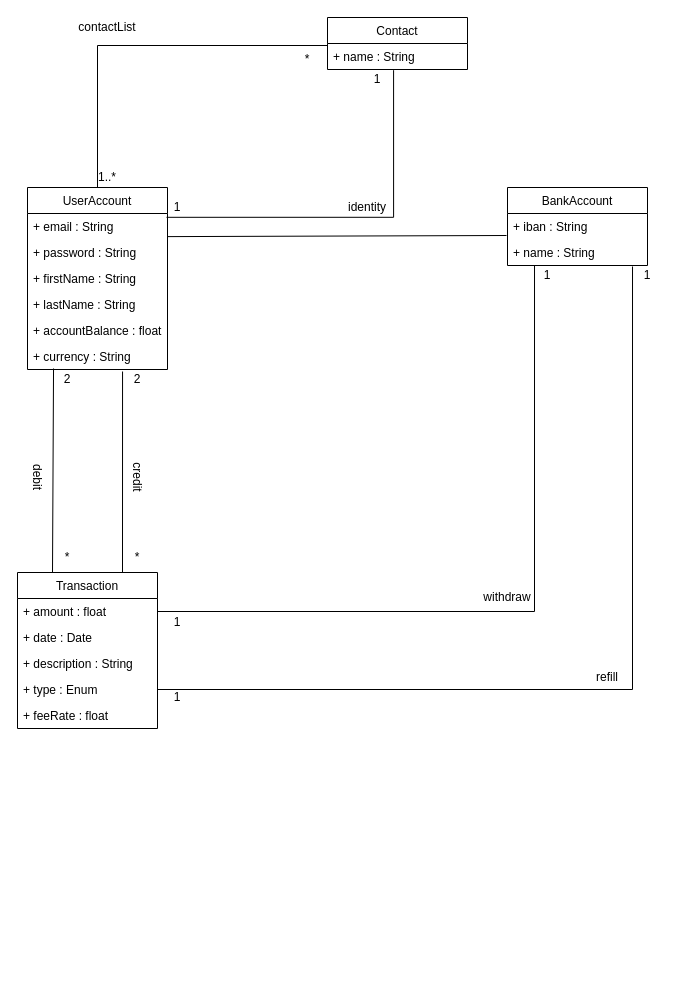
The draw.io diagram page "diagramme_de_classes" (2 of 2) of PayMyBuddy_UML_diagrams.drawio in xhxcx/PayMyBuddy, before the edit. Source tidied: cells renumbered, new cells numbered last; positions are measured from the earlier drawing's top-left corner, leaving out a move shared by most shapes. Both pictures are drawn from the tidied source at 100%, with x=0, y=0 at pixel (17, 17).
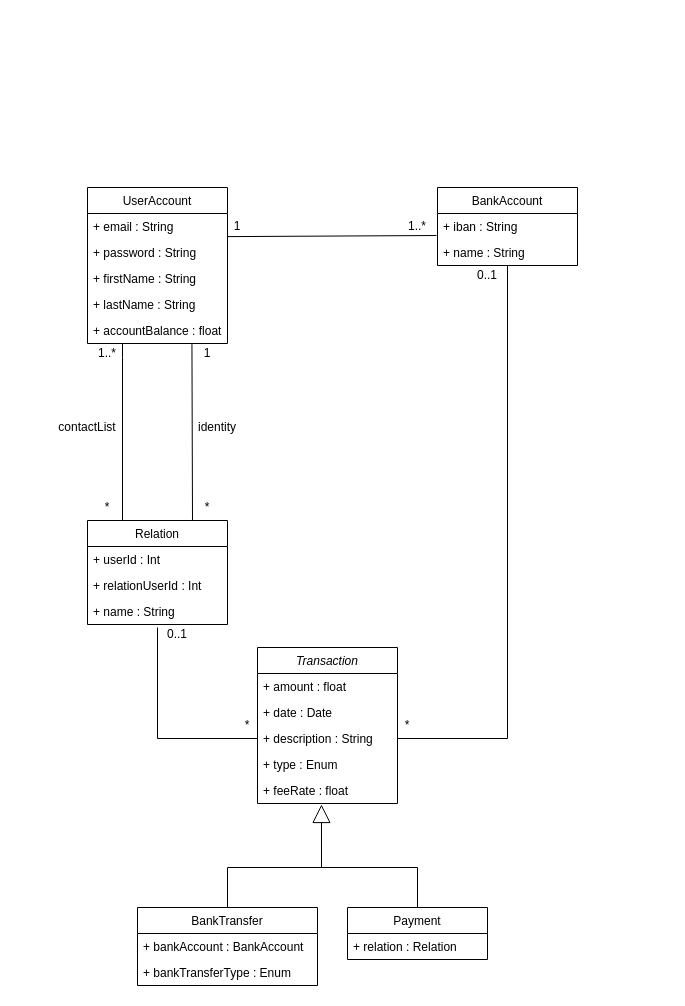
Above is the later version.

Unchanged cells that the change refers to:
```xml
<mxCell id="3" value="+ email : String" style="text;strokeColor=none;fillColor=none;align=left;verticalAlign=top;spacingLeft=4;spacingRight=4;overflow=hidden;points=[[0,0.5],[1,0.5]];portConstraint=eastwest;" parent="2" vertex="1">
  <mxGeometry y="26" width="140" height="26" as="geometry" />
</mxCell>
<mxCell id="7" value="+ accountBalance : float" style="text;strokeColor=none;fillColor=none;align=left;verticalAlign=top;spacingLeft=4;spacingRight=4;overflow=hidden;points=[[0,0.5],[1,0.5]];portConstraint=eastwest;" parent="2" vertex="1">
  <mxGeometry y="130" width="140" height="26" as="geometry" />
</mxCell>
<mxCell id="11" value="+ name : String" style="text;strokeColor=none;fillColor=none;align=left;verticalAlign=top;spacingLeft=4;spacingRight=4;overflow=hidden;points=[[0,0.5],[1,0.5]];portConstraint=eastwest;" parent="9" vertex="1">
  <mxGeometry y="52" width="140" height="26" as="geometry" />
</mxCell>
<mxCell id="14" value="+ amount : float" style="text;strokeColor=none;fillColor=none;align=left;verticalAlign=top;spacingLeft=4;spacingRight=4;overflow=hidden;points=[[0,0.5],[1,0.5]];portConstraint=eastwest;" parent="13" vertex="1">
  <mxGeometry y="26" width="140" height="26" as="geometry" />
</mxCell>
<mxCell id="16" value="+ description : String" style="text;strokeColor=none;fillColor=none;align=left;verticalAlign=top;spacingLeft=4;spacingRight=4;overflow=hidden;points=[[0,0.5],[1,0.5]];portConstraint=eastwest;" parent="13" vertex="1">
  <mxGeometry y="78" width="140" height="26" as="geometry" />
</mxCell>
<mxCell id="17" value="+ type : Enum" style="text;strokeColor=none;fillColor=none;align=left;verticalAlign=top;spacingLeft=4;spacingRight=4;overflow=hidden;points=[[0,0.5],[1,0.5]];portConstraint=eastwest;" parent="13" vertex="1">
  <mxGeometry y="104" width="140" height="26" as="geometry" />
</mxCell>
<mxCell id="18" value="+ feeRate : float" style="text;strokeColor=none;fillColor=none;align=left;verticalAlign=top;spacingLeft=4;spacingRight=4;overflow=hidden;points=[[0,0.5],[1,0.5]];portConstraint=eastwest;" parent="13" vertex="1">
  <mxGeometry y="130" width="140" height="26" as="geometry" />
</mxCell>
```

Diff of the diagram source:
```diff
@@
     <mxCell id="2" value="UserAccount" style="swimlane;fontStyle=0;horizontal=1;startSize=26;fillColor=none;" parent="1" vertex="1">
-      <mxGeometry x="10" y="170" width="140" height="182" as="geometry" />
+      <mxGeometry x="70" y="170" width="140" height="156" as="geometry" />
     </mxCell>
@@
-    <mxCell id="8" value="+ currency : String" style="text;strokeColor=none;fillColor=none;align=left;verticalAlign=top;spacingLeft=4;spacingRight=4;overflow=hidden;points=[[0,0.5],[1,0.5]];portConstraint=eastwest;" parent="2" vertex="1">
-      <mxGeometry y="156" width="140" height="26" as="geometry" />
-    </mxCell>
     <mxCell id="9" value="BankAccount" style="swimlane;fontStyle=0;horizontal=1;startSize=26;fillColor=none;" parent="1" vertex="1">
-      <mxGeometry x="490" y="170" width="140" height="78" as="geometry" />
+      <mxGeometry x="420" y="170" width="140" height="78" as="geometry" />
     </mxCell>
@@
-    <mxCell id="13" value="Transaction" style="swimlane;fontStyle=0;horizontal=1;startSize=26;fillColor=none;" parent="1" vertex="1">
-      <mxGeometry y="555" width="140" height="156" as="geometry" />
+    <mxCell id="13" value="Transaction" style="swimlane;fontStyle=2;horizontal=1;startSize=26;fillColor=none;" parent="1" vertex="1">
+      <mxGeometry x="240" y="630" width="140" height="156" as="geometry" />
     </mxCell>
@@
-    <mxCell id="19" style="endArrow=none;html=1;exitX=0.25;exitY=0;exitDx=0;exitDy=0;entryX=0.186;entryY=0.962;entryDx=0;entryDy=0;entryPerimeter=0;" parent="1" edge="1" source="13" target="8">
-      <mxGeometry relative="1" as="geometry" />
-    </mxCell>
-    <mxCell id="20" style="endArrow=none;html=1;exitX=0.75;exitY=0;exitDx=0;exitDy=0;entryX=0.679;entryY=1.077;entryDx=0;entryDy=0;entryPerimeter=0;" parent="1" edge="1" source="13" target="8">
-      <mxGeometry relative="1" as="geometry" />
-    </mxCell>
-    <mxCell id="21" value="debit" style="text;html=1;strokeColor=none;fillColor=none;align=center;verticalAlign=middle;whiteSpace=wrap;rounded=0;rotation=90;" parent="1" vertex="1">
-      <mxGeometry y="450" width="40" height="20" as="geometry" />
-    </mxCell>
-    <mxCell id="22" value="credit" style="text;html=1;strokeColor=none;fillColor=none;align=center;verticalAlign=middle;whiteSpace=wrap;rounded=0;rotation=90;" parent="1" vertex="1">
-      <mxGeometry x="100" y="450" width="40" height="20" as="geometry" />
-    </mxCell>
-    <mxCell id="23" value="2" style="text;html=1;strokeColor=none;fillColor=none;align=center;verticalAlign=middle;whiteSpace=wrap;rounded=0;" parent="1" vertex="1">
-      <mxGeometry x="100" y="352" width="40" height="20" as="geometry" />
-    </mxCell>
-    <mxCell id="24" value="*" style="text;html=1;strokeColor=none;fillColor=none;align=center;verticalAlign=middle;whiteSpace=wrap;rounded=0;" parent="1" vertex="1">
-      <mxGeometry x="100" y="530" width="40" height="20" as="geometry" />
-    </mxCell>
-    <mxCell id="25" value="2" style="text;html=1;strokeColor=none;fillColor=none;align=center;verticalAlign=middle;whiteSpace=wrap;rounded=0;" parent="1" vertex="1">
-      <mxGeometry x="30" y="352" width="40" height="20" as="geometry" />
-    </mxCell>
-    <mxCell id="26" value="*" style="text;html=1;strokeColor=none;fillColor=none;align=center;verticalAlign=middle;whiteSpace=wrap;rounded=0;" parent="1" vertex="1">
-      <mxGeometry x="30" y="530" width="40" height="20" as="geometry" />
-    </mxCell>
-    <mxCell id="27" value="Contact" style="swimlane;fontStyle=0;horizontal=1;startSize=26;fillColor=none;" parent="1" vertex="1">
-      <mxGeometry x="310" width="140" height="52" as="geometry" />
+    <mxCell id="27" value="Relation" style="swimlane;fontStyle=0;horizontal=1;startSize=26;fillColor=none;" parent="1" vertex="1">
+      <mxGeometry x="70" y="503" width="140" height="104" as="geometry" />
     </mxCell>
-    <mxCell id="28" value="+ name : String" style="text;strokeColor=none;fillColor=none;align=left;verticalAlign=top;spacingLeft=4;spacingRight=4;overflow=hidden;points=[[0,0.5],[1,0.5]];portConstraint=eastwest;" parent="27" vertex="1">
+    <mxCell id="28" value="+ userId : Int" style="text;strokeColor=none;fillColor=none;align=left;verticalAlign=top;spacingLeft=4;spacingRight=4;overflow=hidden;points=[[0,0.5],[1,0.5]];portConstraint=eastwest;" parent="27" vertex="1">
       <mxGeometry y="26" width="140" height="26" as="geometry" />
     </mxCell>
+    <mxCell id="45" value="+ relationUserId : Int" style="text;strokeColor=none;fillColor=none;align=left;verticalAlign=top;spacingLeft=4;spacingRight=4;overflow=hidden;" parent="27" vertex="1">
+      <mxGeometry y="52" width="140" height="26" as="geometry" />
+    </mxCell>
+    <mxCell id="46" value="+ name : String" style="text;strokeColor=none;fillColor=none;align=left;verticalAlign=top;spacingLeft=4;spacingRight=4;overflow=hidden;points=[[0,0.5],[1,0.5]];portConstraint=eastwest;" parent="27" vertex="1">
+      <mxGeometry y="78" width="140" height="26" as="geometry" />
+    </mxCell>
-    <mxCell id="29" style="endArrow=none;html=1;entryX=0;entryY=0.077;entryDx=0;entryDy=0;edgeStyle=orthogonalEdgeStyle;rounded=0;exitX=0.5;exitY=0;exitDx=0;exitDy=0;entryPerimeter=0;" parent="1" edge="1" source="2" target="28">
-      <mxGeometry relative="1" as="geometry" />
+    <mxCell id="29" style="endArrow=none;html=1;rounded=0;entryX=0.25;entryY=0;entryDx=0;entryDy=0;exitX=0.25;exitY=1;exitDx=0;exitDy=0;" parent="1" edge="1" source="2" target="27">
+      <mxGeometry relative="1" as="geometry">
+        <Array as="points">
+          <mxPoint x="105" y="340" />
+        </Array>
+      </mxGeometry>
     </mxCell>
     <mxCell id="30" value="1..*" style="text;html=1;strokeColor=none;fillColor=none;align=center;verticalAlign=middle;whiteSpace=wrap;rounded=0;" parent="1" vertex="1">
-      <mxGeometry x="70" y="150" width="40" height="20" as="geometry" />
+      <mxGeometry x="70" y="326" width="40" height="20" as="geometry" />
     </mxCell>
     <mxCell id="31" value="*" style="text;html=1;strokeColor=none;fillColor=none;align=center;verticalAlign=middle;whiteSpace=wrap;rounded=0;" parent="1" vertex="1">
-      <mxGeometry x="270" y="32" width="40" height="20" as="geometry" />
+      <mxGeometry x="70" y="480" width="40" height="20" as="geometry" />
     </mxCell>
-    <mxCell id="32" style="edgeStyle=orthogonalEdgeStyle;rounded=0;jettySize=auto;html=1;exitX=1;exitY=0.5;exitDx=0;exitDy=0;entryX=0.193;entryY=1;entryDx=0;entryDy=0;entryPerimeter=0;endArrow=none;endFill=0;" parent="1" edge="1" source="14" target="11">
-      <mxGeometry relative="1" as="geometry" />
-    </mxCell>
-    <mxCell id="33" value="withdraw" style="text;html=1;strokeColor=none;fillColor=none;align=center;verticalAlign=middle;whiteSpace=wrap;rounded=0;" parent="1" vertex="1">
-      <mxGeometry x="470" y="570" width="40" height="20" as="geometry" />
-    </mxCell>
-    <mxCell id="34" style="edgeStyle=orthogonalEdgeStyle;rounded=0;jettySize=auto;html=1;exitX=1;exitY=0.5;exitDx=0;exitDy=0;entryX=0.893;entryY=1.038;entryDx=0;entryDy=0;entryPerimeter=0;endArrow=none;endFill=0;" parent="1" edge="1" source="17" target="11">
-      <mxGeometry relative="1" as="geometry" />
-    </mxCell>
-    <mxCell id="35" value="refill" style="text;html=1;strokeColor=none;fillColor=none;align=center;verticalAlign=middle;whiteSpace=wrap;rounded=0;" parent="1" vertex="1">
-      <mxGeometry x="570" y="650" width="40" height="20" as="geometry" />
-    </mxCell>
-    <mxCell id="36" value="1" style="text;html=1;strokeColor=none;fillColor=none;align=center;verticalAlign=middle;whiteSpace=wrap;rounded=0;" parent="1" vertex="1">
-      <mxGeometry x="510" y="248" width="40" height="20" as="geometry" />
-    </mxCell>
-    <mxCell id="37" value="1" style="text;html=1;strokeColor=none;fillColor=none;align=center;verticalAlign=middle;whiteSpace=wrap;rounded=0;" parent="1" vertex="1">
-      <mxGeometry x="610" y="248" width="40" height="20" as="geometry" />
-    </mxCell>
-    <mxCell id="38" value="1" style="text;html=1;strokeColor=none;fillColor=none;align=center;verticalAlign=middle;whiteSpace=wrap;rounded=0;" parent="1" vertex="1">
-      <mxGeometry x="140" y="670" width="40" height="20" as="geometry" />
-    </mxCell>
-    <mxCell id="39" value="1" style="text;html=1;strokeColor=none;fillColor=none;align=center;verticalAlign=middle;whiteSpace=wrap;rounded=0;" parent="1" vertex="1">
-      <mxGeometry x="140" y="595" width="40" height="20" as="geometry" />
-    </mxCell>
     <mxCell id="40" value="contactList" style="text;html=1;strokeColor=none;fillColor=none;align=center;verticalAlign=middle;whiteSpace=wrap;rounded=0;" parent="1" vertex="1">
-      <mxGeometry x="70" width="40" height="20" as="geometry" />
+      <mxGeometry x="50" y="400" width="40" height="20" as="geometry" />
     </mxCell>
     <mxCell id="41" value="identity" style="text;html=1;strokeColor=none;fillColor=none;align=center;verticalAlign=middle;whiteSpace=wrap;rounded=0;" parent="1" vertex="1">
-      <mxGeometry x="330" y="180" width="40" height="20" as="geometry" />
+      <mxGeometry x="180" y="400" width="40" height="20" as="geometry" />
     </mxCell>
-    <mxCell id="42" style="endArrow=none;html=1;entryX=0.472;entryY=1.026;entryDx=0;entryDy=0;edgeStyle=orthogonalEdgeStyle;rounded=0;exitX=0.993;exitY=0.147;exitDx=0;exitDy=0;entryPerimeter=0;exitPerimeter=0;" parent="1" edge="1" source="3" target="28">
+    <mxCell id="42" style="endArrow=none;html=1;rounded=0;entryX=0.75;entryY=0;entryDx=0;entryDy=0;exitX=0.746;exitY=1.026;exitDx=0;exitDy=0;exitPerimeter=0;" parent="1" edge="1" source="7" target="27">
       <mxGeometry relative="1" as="geometry" />
     </mxCell>
     <mxCell id="43" value="1" style="text;html=1;strokeColor=none;fillColor=none;align=center;verticalAlign=middle;whiteSpace=wrap;rounded=0;" parent="1" vertex="1">
-      <mxGeometry x="140" y="180" width="40" height="20" as="geometry" />
+      <mxGeometry x="170" y="326" width="40" height="20" as="geometry" />
     </mxCell>
-    <mxCell id="44" value="1" style="text;html=1;strokeColor=none;fillColor=none;align=center;verticalAlign=middle;whiteSpace=wrap;rounded=0;" parent="1" vertex="1">
-      <mxGeometry x="340" y="52" width="40" height="20" as="geometry" />
+    <mxCell id="44" value="*" style="text;html=1;strokeColor=none;fillColor=none;align=center;verticalAlign=middle;whiteSpace=wrap;rounded=0;" parent="1" vertex="1">
+      <mxGeometry x="170" y="480" width="40" height="20" as="geometry" />
     </mxCell>
+    <mxCell id="47" value="BankTransfer" style="swimlane;fontStyle=0;horizontal=1;startSize=26;fillColor=none;" parent="1" vertex="1">
+      <mxGeometry x="120" y="890" width="180" height="78" as="geometry" />
+    </mxCell>
+    <mxCell id="48" value="+ bankAccount : BankAccount" style="text;strokeColor=none;fillColor=none;align=left;verticalAlign=top;spacingLeft=4;spacingRight=4;overflow=hidden;" parent="47" vertex="1">
+      <mxGeometry y="26" width="180" height="26" as="geometry" />
+    </mxCell>
+    <mxCell id="49" value="+ bankTransferType : Enum" style="text;strokeColor=none;fillColor=none;align=left;verticalAlign=top;spacingLeft=4;spacingRight=4;overflow=hidden;" parent="47" vertex="1">
+      <mxGeometry y="52" width="180" height="26" as="geometry" />
+    </mxCell>
+    <mxCell id="50" style="edgeStyle=orthogonalEdgeStyle;rounded=0;jettySize=auto;html=1;exitX=0.5;exitY=0;exitDx=0;exitDy=0;endArrow=none;endFill=0;" parent="1" edge="1" source="51">
+      <mxGeometry relative="1" as="geometry">
+        <mxPoint x="300" y="850" as="targetPoint" />
+        <Array as="points">
+          <mxPoint x="400" y="850" />
+        </Array>
+      </mxGeometry>
+    </mxCell>
+    <mxCell id="51" value="Payment" style="swimlane;fontStyle=0;horizontal=1;startSize=26;fillColor=none;" parent="1" vertex="1">
+      <mxGeometry x="330" y="890" width="140" height="52" as="geometry" />
+    </mxCell>
+    <mxCell id="52" value="+ relation : Relation" style="text;strokeColor=none;fillColor=none;align=left;verticalAlign=top;spacingLeft=4;spacingRight=4;overflow=hidden;" parent="51" vertex="1">
+      <mxGeometry y="26" width="140" height="26" as="geometry" />
+    </mxCell>
+    <mxCell id="53" style="endArrow=block;endSize=16;endFill=0;html=1;exitX=0.5;exitY=0;exitDx=0;exitDy=0;entryX=0.457;entryY=1.038;entryDx=0;entryDy=0;entryPerimeter=0;edgeStyle=orthogonalEdgeStyle;rounded=0;" parent="1" edge="1" source="47" target="18">
+      <mxGeometry relative="1" as="geometry">
+        <Array as="points">
+          <mxPoint x="210" y="850" />
+          <mxPoint x="304" y="850" />
+        </Array>
+      </mxGeometry>
+    </mxCell>
+    <mxCell id="54" style="edgeStyle=orthogonalEdgeStyle;rounded=0;jettySize=auto;html=1;exitX=0;exitY=0.5;exitDx=0;exitDy=0;endArrow=none;endFill=0;entryX=0.5;entryY=1.115;entryDx=0;entryDy=0;entryPerimeter=0;" parent="1" edge="1" source="16" target="46">
+      <mxGeometry relative="1" as="geometry">
+        <Array as="points">
+          <mxPoint x="140" y="721" />
+        </Array>
+      </mxGeometry>
+    </mxCell>
+    <mxCell id="55" style="edgeStyle=orthogonalEdgeStyle;rounded=0;jettySize=auto;html=1;exitX=1;exitY=0.5;exitDx=0;exitDy=0;entryX=0.5;entryY=1;entryDx=0;entryDy=0;endArrow=none;endFill=0;" parent="1" edge="1" source="16" target="9">
+      <mxGeometry relative="1" as="geometry" />
+    </mxCell>
+    <mxCell id="56" value="1" style="text;html=1;strokeColor=none;fillColor=none;align=center;verticalAlign=middle;whiteSpace=wrap;rounded=0;" parent="1" vertex="1">
+      <mxGeometry x="200" y="199" width="40" height="20" as="geometry" />
+    </mxCell>
+    <mxCell id="57" value="0..1" style="text;html=1;strokeColor=none;fillColor=none;align=center;verticalAlign=middle;whiteSpace=wrap;rounded=0;" parent="1" vertex="1">
+      <mxGeometry x="450" y="248" width="40" height="20" as="geometry" />
+    </mxCell>
+    <mxCell id="58" value="*" style="text;html=1;strokeColor=none;fillColor=none;align=center;verticalAlign=middle;whiteSpace=wrap;rounded=0;" parent="1" vertex="1">
+      <mxGeometry x="370" y="698" width="40" height="20" as="geometry" />
+    </mxCell>
+    <mxCell id="59" style="edgeStyle=none;rounded=0;orthogonalLoop=1;jettySize=auto;html=1;exitX=0.5;exitY=0;exitDx=0;exitDy=0;endArrow=none;endFill=0;" parent="1" edge="1" source="58" target="58">
+      <mxGeometry relative="1" as="geometry" />
+    </mxCell>
+    <mxCell id="60" value="0..1" style="text;html=1;strokeColor=none;fillColor=none;align=center;verticalAlign=middle;whiteSpace=wrap;rounded=0;" parent="1" vertex="1">
+      <mxGeometry x="140" y="607" width="40" height="20" as="geometry" />
+    </mxCell>
+    <mxCell id="61" value="*" style="text;html=1;strokeColor=none;fillColor=none;align=center;verticalAlign=middle;whiteSpace=wrap;rounded=0;" parent="1" vertex="1">
+      <mxGeometry x="210" y="698" width="40" height="20" as="geometry" />
+    </mxCell>
+    <mxCell id="62" value="1..*" style="text;html=1;strokeColor=none;fillColor=none;align=center;verticalAlign=middle;whiteSpace=wrap;rounded=0;" parent="1" vertex="1">
+      <mxGeometry x="380" y="199" width="40" height="20" as="geometry" />
+    </mxCell>
```
